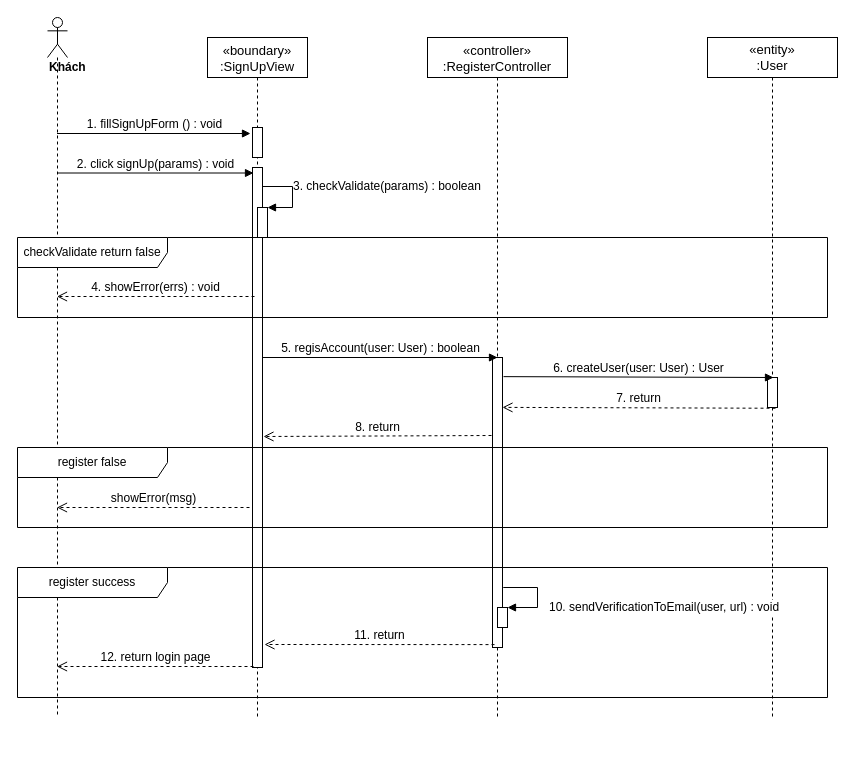
Above: sequence diagram/register-sequence-diagram.drawio in nguyenphamvan/datn_20202 (draw.io), before the change. Source tidied: cells renumbered, new cells numbered last; positions are measured from the earlier drawing's top-left corner, leaving out a move shared by most shapes. Both pictures are drawn from the tidied source at 100%, with x=0, y=0 at pixel (17, 17).
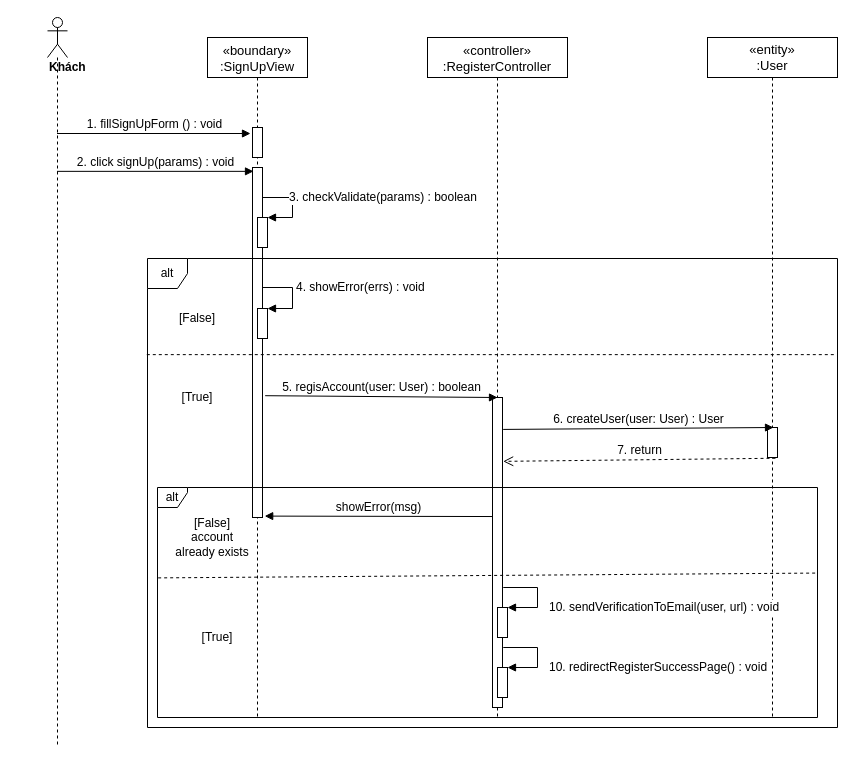
After the change.

The change refers to these unchanged cells:
```xml
<mxCell id="2" value="«boundary»&#10;:SignUpView" style="shape=umlLifeline;perimeter=lifelinePerimeter;rounded=0;shadow=0;strokeWidth=1;fontSize=13;" parent="1" vertex="1">
  <mxGeometry x="190" y="20" width="100" height="680" as="geometry" />
</mxCell>
<mxCell id="4" value="«controller»&#10;:RegisterController" style="shape=umlLifeline;perimeter=lifelinePerimeter;rounded=0;shadow=0;strokeWidth=1;fontSize=13;" parent="1" vertex="1">
  <mxGeometry x="410" y="20" width="140" height="680" as="geometry" />
</mxCell>
<mxCell id="10" value="&lt;font style=&quot;font-size: 13px&quot;&gt;&lt;span&gt;«entity»&lt;br&gt;&lt;/span&gt;:User&lt;/font&gt;" style="shape=umlLifeline;perimeter=lifelinePerimeter;whiteSpace=wrap;html=1;" parent="1" vertex="1">
  <mxGeometry x="690" y="20" width="130" height="680" as="geometry" />
</mxCell>
```

The edit, as a diff of the source:
```diff
@@
     <mxCell id="3" style="html=1;points=[];perimeter=orthogonalPerimeter;" parent="2" vertex="1">
-      <mxGeometry x="45" y="130" width="10" height="500" as="geometry" />
+      <mxGeometry x="45" y="130" width="10" height="350" as="geometry" />
     </mxCell>
@@
     <mxCell id="5" style="points=[];perimeter=orthogonalPerimeter;rounded=0;shadow=0;strokeWidth=1;" parent="4" vertex="1">
-      <mxGeometry x="65" y="320" width="10" height="290" as="geometry" />
+      <mxGeometry x="65" y="360" width="10" height="310" as="geometry" />
     </mxCell>
     <mxCell id="6" value="&lt;div&gt;&lt;b&gt;Khách&lt;/b&gt;&lt;/div&gt;" style="shape=umlLifeline;participant=umlActor;perimeter=lifelinePerimeter;whiteSpace=wrap;html=1;verticalAlign=top;spacingTop=36;outlineConnect=0;align=left;" parent="1" vertex="1">
-      <mxGeometry x="30" width="20" height="700" as="geometry" />
+      <mxGeometry x="30" width="20" height="730" as="geometry" />
     </mxCell>
@@
-    <mxCell id="9" value="&lt;font style=&quot;font-size: 12px&quot;&gt;5. regisAccount(user: User) : boolean&lt;/font&gt;" style="html=1;verticalAlign=bottom;endArrow=block;entryX=0.5;entryY=0;entryDx=0;entryDy=0;entryPerimeter=0;startArrow=none;" parent="1" edge="1" target="5">
-      <mxGeometry relative="1" as="geometry">
-        <mxPoint x="245" y="340" as="sourcePoint" />
-      </mxGeometry>
+    <mxCell id="9" value="&lt;font style=&quot;font-size: 12px&quot;&gt;5. regisAccount(user: User) : boolean&lt;/font&gt;" style="html=1;verticalAlign=bottom;endArrow=block;entryX=0.5;entryY=0;entryDx=0;entryDy=0;entryPerimeter=0;startArrow=none;exitX=1.267;exitY=0.652;exitDx=0;exitDy=0;exitPerimeter=0;" parent="1" edge="1" source="3" target="5">
+      <mxGeometry relative="1" as="geometry" />
     </mxCell>
@@
     <mxCell id="11" style="points=[];perimeter=orthogonalPerimeter;rounded=0;shadow=0;strokeWidth=1;" parent="10" vertex="1">
-      <mxGeometry x="60" y="340" width="10" height="30" as="geometry" />
+      <mxGeometry x="60" y="390" width="10" height="30" as="geometry" />
     </mxCell>
-    <mxCell id="12" value="&lt;font style=&quot;font-size: 12px&quot;&gt;6. createUser(user: User) : User&lt;/font&gt;" style="html=1;verticalAlign=bottom;endArrow=block;entryX=0.6;entryY=0;entryDx=0;entryDy=0;entryPerimeter=0;exitX=1.1;exitY=0.066;exitDx=0;exitDy=0;exitPerimeter=0;" parent="1" edge="1" source="5" target="11">
+    <mxCell id="12" value="&lt;font style=&quot;font-size: 12px&quot;&gt;6. createUser(user: User) : User&lt;/font&gt;" style="html=1;verticalAlign=bottom;endArrow=block;entryX=0.6;entryY=0;entryDx=0;entryDy=0;entryPerimeter=0;exitX=1.067;exitY=0.103;exitDx=0;exitDy=0;exitPerimeter=0;" parent="1" edge="1" source="5" target="11">
       <mxGeometry relative="1" as="geometry" />
     </mxCell>
-    <mxCell id="13" value="&lt;font style=&quot;font-size: 12px&quot;&gt;7. return&lt;/font&gt;" style="html=1;verticalAlign=bottom;endArrow=open;dashed=1;endSize=8;exitX=0.8;exitY=1.025;exitDx=0;exitDy=0;exitPerimeter=0;entryX=1;entryY=0.172;entryDx=0;entryDy=0;entryPerimeter=0;" parent="1" edge="1" source="11" target="5">
+    <mxCell id="13" value="&lt;font style=&quot;font-size: 12px&quot;&gt;7. return&lt;/font&gt;" style="html=1;verticalAlign=bottom;endArrow=open;dashed=1;endSize=8;exitX=0.8;exitY=1.025;exitDx=0;exitDy=0;exitPerimeter=0;entryX=1.067;entryY=0.206;entryDx=0;entryDy=0;entryPerimeter=0;" parent="1" edge="1" source="11" target="5">
       <mxGeometry relative="1" as="geometry" />
     </mxCell>
     <mxCell id="14" style="html=1;points=[];perimeter=orthogonalPerimeter;" parent="1" vertex="1">
-      <mxGeometry x="480" y="590" width="10" height="20" as="geometry" />
+      <mxGeometry x="480" y="590" width="10" height="30" as="geometry" />
     </mxCell>
@@
-    <mxCell id="16" value="&lt;font style=&quot;font-size: 12px&quot;&gt;4. showError(errs) : void&lt;/font&gt;" style="html=1;verticalAlign=bottom;endArrow=open;dashed=1;endSize=8;exitX=0.2;exitY=0.258;exitDx=0;exitDy=0;exitPerimeter=0;" parent="1" edge="1" source="3" target="6">
-      <mxGeometry relative="1" as="geometry" />
-    </mxCell>
     <mxCell id="17" style="html=1;points=[];perimeter=orthogonalPerimeter;" parent="1" vertex="1">
-      <mxGeometry x="240" y="190" width="10" height="30" as="geometry" />
+      <mxGeometry x="240" y="200" width="10" height="30" as="geometry" />
     </mxCell>
     <mxCell id="18" value="&lt;font style=&quot;font-size: 12px&quot;&gt;3. checkValidate(params) : boolean&lt;/font&gt;" style="edgeStyle=orthogonalEdgeStyle;html=1;align=left;spacingLeft=2;endArrow=block;rounded=0;entryX=1;entryY=0;exitX=1;exitY=0.051;exitDx=0;exitDy=0;exitPerimeter=0;" parent="1" edge="1" source="3" target="17">
       <mxGeometry x="-0.2" relative="1" as="geometry">
         <Array as="points">
-          <mxPoint x="275" y="169" />
-          <mxPoint x="275" y="190" />
+          <mxPoint x="245" y="180" />
+          <mxPoint x="275" y="180" />
+          <mxPoint x="275" y="200" />
         </Array>
       </mxGeometry>
     </mxCell>
@@
-    <mxCell id="20" value="checkValidate return false" style="shape=umlFrame;whiteSpace=wrap;html=1;width=150;height=30;" parent="1" vertex="1">
-      <mxGeometry y="220" width="810" height="80" as="geometry" />
-    </mxCell>
-    <mxCell id="21" value="register false" style="shape=umlFrame;whiteSpace=wrap;html=1;width=150;height=30;" parent="1" vertex="1">
-      <mxGeometry y="430" width="810" height="80" as="geometry" />
+    <mxCell id="21" value="alt" style="shape=umlFrame;whiteSpace=wrap;html=1;width=40;height=30;" parent="1" vertex="1">
+      <mxGeometry x="130" y="241" width="690" height="469" as="geometry" />
     </mxCell>
+    <mxCell id="24" value="alt" style="shape=umlFrame;whiteSpace=wrap;html=1;width=30;height=20;" parent="1" vertex="1">
+      <mxGeometry x="140" y="470" width="660" height="230" as="geometry" />
+    </mxCell>
+    <mxCell id="27" style="html=1;points=[];perimeter=orthogonalPerimeter;" parent="1" vertex="1">
+      <mxGeometry x="240" y="291" width="10" height="30" as="geometry" />
+    </mxCell>
+    <mxCell id="16" value="&lt;span style=&quot;font-size: 12px ; text-align: center&quot;&gt;4. showError(errs) : void&lt;/span&gt;" style="edgeStyle=orthogonalEdgeStyle;html=1;align=left;spacingLeft=2;endArrow=block;rounded=0;entryX=1;entryY=0;" parent="1" edge="1" target="27">
+      <mxGeometry x="-0.2" relative="1" as="geometry">
+        <mxPoint x="245" y="270" as="sourcePoint" />
+        <Array as="points">
+          <mxPoint x="275" y="270" />
+          <mxPoint x="275" y="291" />
+        </Array>
+      </mxGeometry>
+    </mxCell>
-    <mxCell id="22" value="&lt;font style=&quot;font-size: 12px&quot;&gt;showError(msg)&lt;/font&gt;" style="html=1;verticalAlign=bottom;endArrow=open;dashed=1;endSize=8;exitX=-0.3;exitY=0.68;exitDx=0;exitDy=0;exitPerimeter=0;" parent="1" edge="1" source="3" target="6">
+    <mxCell id="22" value="&lt;span style=&quot;font-size: 12px&quot;&gt;showError(msg)&lt;/span&gt;" style="html=1;verticalAlign=bottom;endArrow=block;entryX=1.22;entryY=0.996;entryDx=0;entryDy=0;entryPerimeter=0;exitX=0;exitY=0.384;exitDx=0;exitDy=0;exitPerimeter=0;" parent="1" edge="1" source="5" target="3">
       <mxGeometry relative="1" as="geometry" />
     </mxCell>
-    <mxCell id="23" value="&lt;font style=&quot;font-size: 12px&quot;&gt;8. return&lt;/font&gt;" style="html=1;verticalAlign=bottom;endArrow=open;dashed=1;endSize=8;entryX=1.1;entryY=0.538;entryDx=0;entryDy=0;entryPerimeter=0;exitX=-0.1;exitY=0.269;exitDx=0;exitDy=0;exitPerimeter=0;" parent="1" edge="1" source="5" target="3">
-      <mxGeometry relative="1" as="geometry" />
-    </mxCell>
-    <mxCell id="24" value="register success" style="shape=umlFrame;whiteSpace=wrap;html=1;width=150;height=30;" parent="1" vertex="1">
-      <mxGeometry y="550" width="810" height="130" as="geometry" />
-    </mxCell>
-    <mxCell id="25" value="&lt;font style=&quot;font-size: 12px&quot;&gt;11. return&lt;/font&gt;" style="html=1;verticalAlign=bottom;endArrow=open;dashed=1;endSize=8;entryX=1.2;entryY=0.954;entryDx=0;entryDy=0;entryPerimeter=0;exitX=0.2;exitY=0.99;exitDx=0;exitDy=0;exitPerimeter=0;" parent="1" edge="1" source="5" target="3">
-      <mxGeometry relative="1" as="geometry" />
-    </mxCell>
-    <mxCell id="26" value="&lt;font style=&quot;font-size: 12px&quot;&gt;12. return login page&lt;/font&gt;" style="html=1;verticalAlign=bottom;endArrow=open;dashed=1;endSize=8;exitX=0.1;exitY=0.998;exitDx=0;exitDy=0;exitPerimeter=0;" parent="1" edge="1" source="3" target="6">
-      <mxGeometry relative="1" as="geometry" />
-    </mxCell>
+    <mxCell id="28" style="html=1;points=[];perimeter=orthogonalPerimeter;" parent="1" vertex="1">
+      <mxGeometry x="480" y="650" width="10" height="30" as="geometry" />
+    </mxCell>
+    <mxCell id="29" value="&lt;font style=&quot;font-size: 12px&quot;&gt;10. redirectRegisterSuccessPage() : void&lt;/font&gt;" style="edgeStyle=orthogonalEdgeStyle;html=1;align=left;spacingLeft=2;endArrow=block;rounded=0;entryX=1;entryY=0;" parent="1" edge="1" target="28">
+      <mxGeometry x="0.37" y="-10" relative="1" as="geometry">
+        <mxPoint x="490" y="630" as="sourcePoint" />
+        <Array as="points">
+          <mxPoint x="486" y="630" />
+          <mxPoint x="520" y="630" />
+          <mxPoint x="520" y="650" />
+        </Array>
+        <mxPoint x="10" y="10" as="offset" />
+      </mxGeometry>
+    </mxCell>
+    <mxCell id="30" style="endArrow=none;dashed=1;html=1;entryX=0.999;entryY=0.205;entryDx=0;entryDy=0;entryPerimeter=0;exitX=-0.001;exitY=0.205;exitDx=0;exitDy=0;exitPerimeter=0;" parent="1" edge="1" source="21" target="21">
+      <mxGeometry relative="1" as="geometry" />
+    </mxCell>
+    <mxCell id="31" style="endArrow=none;dashed=1;html=1;entryX=1.001;entryY=0.372;entryDx=0;entryDy=0;entryPerimeter=0;exitX=0.001;exitY=0.393;exitDx=0;exitDy=0;exitPerimeter=0;" parent="1" edge="1" source="24" target="24">
+      <mxGeometry relative="1" as="geometry" />
+    </mxCell>
+    <mxCell id="32" value="[False]" style="text;html=1;strokeColor=none;fillColor=none;align=center;verticalAlign=middle;whiteSpace=wrap;rounded=0;" parent="1" vertex="1">
+      <mxGeometry x="160" y="291" width="40" height="20" as="geometry" />
+    </mxCell>
+    <mxCell id="33" value="[True]" style="text;html=1;strokeColor=none;fillColor=none;align=center;verticalAlign=middle;whiteSpace=wrap;rounded=0;" parent="1" vertex="1">
+      <mxGeometry x="160" y="370" width="40" height="20" as="geometry" />
+    </mxCell>
+    <mxCell id="34" value="[False]&lt;br&gt;account already exists" style="text;html=1;strokeColor=none;fillColor=none;align=center;verticalAlign=middle;whiteSpace=wrap;rounded=0;" parent="1" vertex="1">
+      <mxGeometry x="155" y="490" width="80" height="60" as="geometry" />
+    </mxCell>
+    <mxCell id="35" value="[True]" style="text;html=1;strokeColor=none;fillColor=none;align=center;verticalAlign=middle;whiteSpace=wrap;rounded=0;" parent="1" vertex="1">
+      <mxGeometry x="180" y="610" width="40" height="20" as="geometry" />
+    </mxCell>
```
